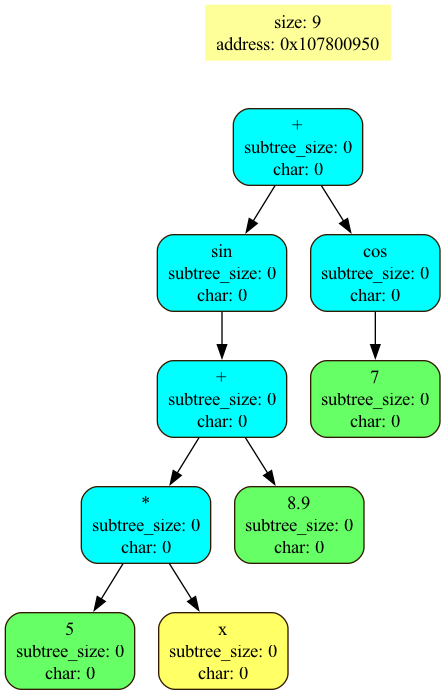
The Graphviz diagram Graphviz/diff.png in 1progwriter1/Differentiator, before a commit. Its source is kept beside it as Graphviz/diff.dot. Source of this version:
```dot
digraph G {
	-10 [shape = "polygon", label = "size: 9\naddress: 0x107800950", style = "filled", color = "#FFFF99"]
	-10->0 [weight = 1000, color = "#FFFFFF"]
	0 [shape = Mrecord, style = filled, fillcolor = "#00FFFF", color = "#331900", label = "+\nsubtree_size: 0\nchar: 0"]
	0->1
	1 [shape = Mrecord, style = filled, fillcolor = "#00FFFF", color = "#331900", label = "sin\nsubtree_size: 0\nchar: 0"]
	1->2
	2 [shape = Mrecord, style = filled, fillcolor = "#00FFFF", color = "#331900", label = "+\nsubtree_size: 0\nchar: 0"]
	2->3
	3 [shape = Mrecord, style = filled, fillcolor = "#00FFFF", color = "#331900", label = "*\nsubtree_size: 0\nchar: 0"]
	3->4
	4 [shape = Mrecord, style = filled, fillcolor = "#66FF66", color = "#331900", label = "5\nsubtree_size: 0\nchar: 0"]
	3->5
	5 [shape = Mrecord, style = filled, fillcolor = "#FFFF66", color = "#331900", label = "x\nsubtree_size: 0\nchar: 0"]
	2->6
	6 [shape = Mrecord, style = filled, fillcolor = "#66FF66", color = "#331900", label = "8.9\nsubtree_size: 0\nchar: 0"]
	0->7
	7 [shape = Mrecord, style = filled, fillcolor = "#00FFFF", color = "#331900", label = "cos\nsubtree_size: 0\nchar: 0"]
	7->8
	8 [shape = Mrecord, style = filled, fillcolor = "#66FF66", color = "#331900", label = "7\nsubtree_size: 0\nchar: 0"]

}
```
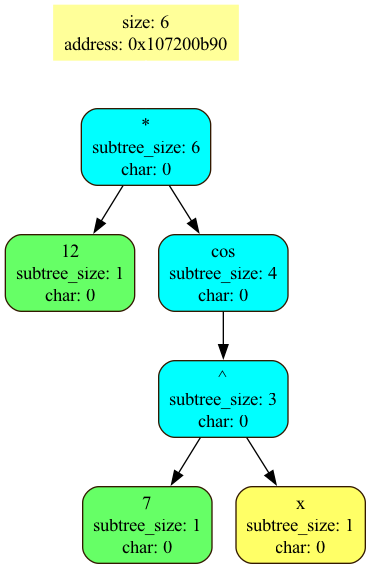
The same diagram one commit later.

Diff of the diagram source:
```diff
@@ -1,22 +1,16 @@
 digraph G {
-	-10 [shape = "polygon", label = "size: 9\naddress: 0x107800950", style = "filled", color = "#FFFF99"]
+	-10 [shape = "polygon", label = "size: 6\naddress: 0x107200b90", style = "filled", color = "#FFFF99"]
 	-10->0 [weight = 1000, color = "#FFFFFF"]
-	0 [shape = Mrecord, style = filled, fillcolor = "#00FFFF", color = "#331900", label = "+\nsubtree_size: 0\nchar: 0"]
+	0 [shape = Mrecord, style = filled, fillcolor = "#00FFFF", color = "#331900", label = "*\nsubtree_size: 6\nchar: 0"]
 	0->1
-	1 [shape = Mrecord, style = filled, fillcolor = "#00FFFF", color = "#331900", label = "sin\nsubtree_size: 0\nchar: 0"]
-	1->2
-	2 [shape = Mrecord, style = filled, fillcolor = "#00FFFF", color = "#331900", label = "+\nsubtree_size: 0\nchar: 0"]
+	1 [shape = Mrecord, style = filled, fillcolor = "#66FF66", color = "#331900", label = "12\nsubtree_size: 1\nchar: 0"]
+	0->2
+	2 [shape = Mrecord, style = filled, fillcolor = "#00FFFF", color = "#331900", label = "cos\nsubtree_size: 4\nchar: 0"]
 	2->3
-	3 [shape = Mrecord, style = filled, fillcolor = "#00FFFF", color = "#331900", label = "*\nsubtree_size: 0\nchar: 0"]
+	3 [shape = Mrecord, style = filled, fillcolor = "#00FFFF", color = "#331900", label = "^\nsubtree_size: 3\nchar: 0"]
 	3->4
-	4 [shape = Mrecord, style = filled, fillcolor = "#66FF66", color = "#331900", label = "5\nsubtree_size: 0\nchar: 0"]
+	4 [shape = Mrecord, style = filled, fillcolor = "#66FF66", color = "#331900", label = "7\nsubtree_size: 1\nchar: 0"]
 	3->5
-	5 [shape = Mrecord, style = filled, fillcolor = "#FFFF66", color = "#331900", label = "x\nsubtree_size: 0\nchar: 0"]
-	2->6
-	6 [shape = Mrecord, style = filled, fillcolor = "#66FF66", color = "#331900", label = "8.9\nsubtree_size: 0\nchar: 0"]
-	0->7
-	7 [shape = Mrecord, style = filled, fillcolor = "#00FFFF", color = "#331900", label = "cos\nsubtree_size: 0\nchar: 0"]
-	7->8
-	8 [shape = Mrecord, style = filled, fillcolor = "#66FF66", color = "#331900", label = "7\nsubtree_size: 0\nchar: 0"]
+	5 [shape = Mrecord, style = filled, fillcolor = "#FFFF66", color = "#331900", label = "x\nsubtree_size: 1\nchar: 0"]
 
 }
```
